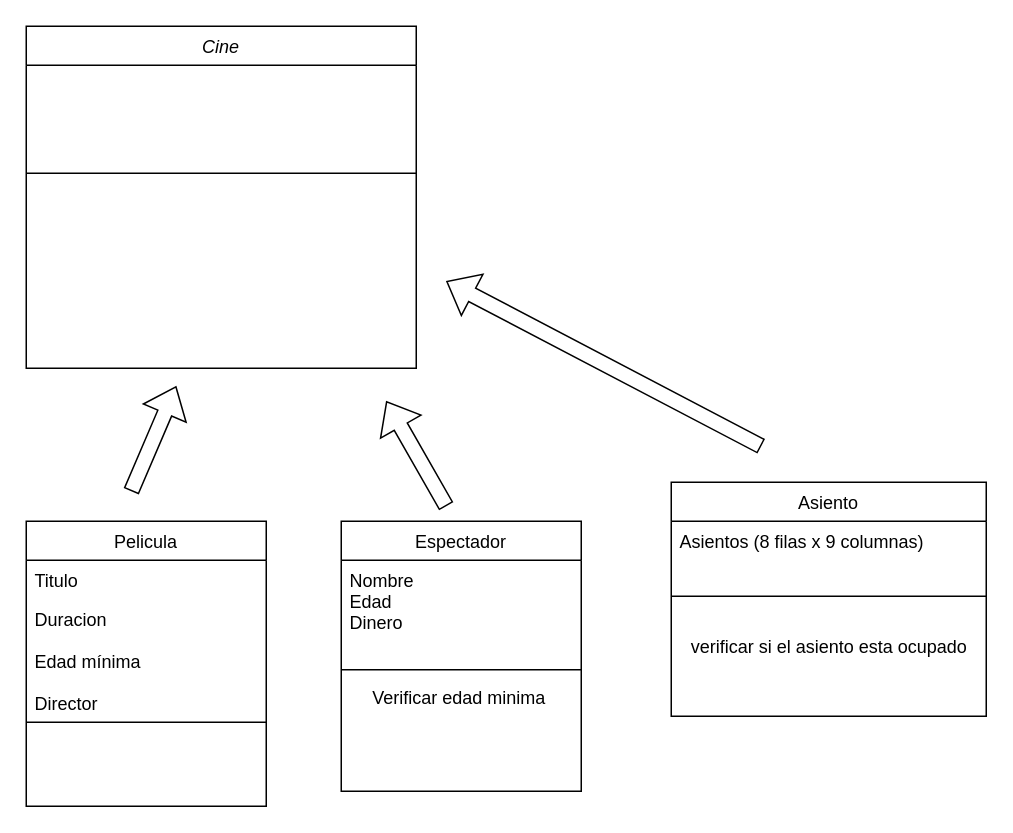
This is Untitled Diagram.drawio from AidaQ27/UN09-EQUIPO6, a draw.io file, before an edit. Source tidied: cells renumbered, new cells numbered last; positions are measured from the earlier drawing's top-left corner, leaving out a move shared by most shapes. Both pictures are drawn from the tidied source at 150%, with x=0, y=0 at pixel (26, 26).
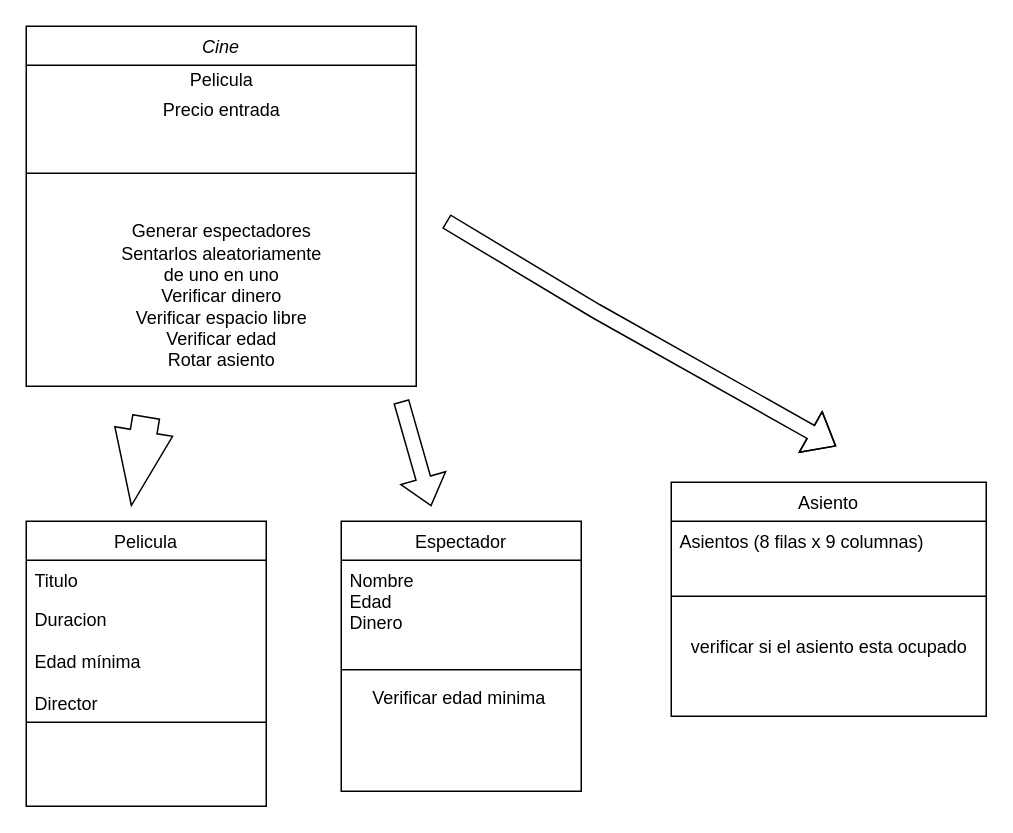
Above is the later version.

The edit, as a diff of the source:
```diff
@@
     <mxCell id="2" value="Cine" style="swimlane;fontStyle=2;align=center;verticalAlign=top;horizontal=1;startSize=26;rounded=0;shadow=0;strokeWidth=1;" parent="1" vertex="1">
-      <mxGeometry width="260" height="228" as="geometry" />
+      <mxGeometry width="260" height="240" as="geometry" />
     </mxCell>
+    <mxCell id="19" value="Pelicula" style="text;html=1;align=center;verticalAlign=middle;strokeColor=none;fillColor=none;" parent="2" vertex="1">
+      <mxGeometry y="26" width="260" height="20" as="geometry" />
+    </mxCell>
+    <mxCell id="20" value="Precio entrada" style="text;html=1;align=center;verticalAlign=middle;strokeColor=none;fillColor=none;" parent="2" vertex="1">
+      <mxGeometry y="46" width="260" height="20" as="geometry" />
+    </mxCell>
     <mxCell id="3" style="line;html=1;strokeWidth=1;align=left;verticalAlign=middle;spacingTop=-1;spacingLeft=3;spacingRight=3;labelPosition=right;" parent="2" vertex="1">
-      <mxGeometry y="26" width="260" height="144" as="geometry" />
+      <mxGeometry y="66" width="260" height="64" as="geometry" />
     </mxCell>
+    <mxCell id="21" value="Generar espectadores&lt;br&gt;Sentarlos aleatoriamente&lt;br&gt;de uno en uno&lt;br&gt;Verificar dinero&lt;br&gt;Verificar espacio libre&lt;br&gt;Verificar edad&lt;br&gt;Rotar asiento" style="text;html=1;align=center;verticalAlign=middle;strokeColor=none;fillColor=none;" parent="2" vertex="1">
+      <mxGeometry y="130" width="260" height="100" as="geometry" />
+    </mxCell>
@@
-    <mxCell id="16" style="shape=flexArrow;endArrow=classic;html=1;rounded=0;" parent="1" edge="1">
+    <mxCell id="16" style="shape=flexArrow;endArrow=classic;html=1;rounded=0;width=18;endSize=16.33;" parent="1" edge="1">
       <mxGeometry relative="1" as="geometry">
-        <mxPoint x="70" y="310" as="sourcePoint" />
-        <mxPoint x="100" y="240" as="targetPoint" />
+        <mxPoint x="80" y="260" as="sourcePoint" />
+        <mxPoint x="70" y="320" as="targetPoint" />
       </mxGeometry>
     </mxCell>
     <mxCell id="17" style="shape=flexArrow;endArrow=classic;html=1;rounded=0;" parent="1" edge="1">
       <mxGeometry relative="1" as="geometry">
-        <mxPoint x="280" y="320" as="sourcePoint" />
-        <mxPoint x="240" y="250" as="targetPoint" />
+        <mxPoint x="250" y="250" as="sourcePoint" />
+        <mxPoint x="270" y="320" as="targetPoint" />
       </mxGeometry>
     </mxCell>
     <mxCell id="18" style="shape=flexArrow;endArrow=classic;html=1;rounded=0;" parent="1" edge="1">
       <mxGeometry relative="1" as="geometry">
-        <mxPoint x="490" y="280" as="sourcePoint" />
-        <mxPoint x="280" y="170" as="targetPoint" />
+        <mxPoint x="280" y="130" as="sourcePoint" />
+        <mxPoint x="540" y="280" as="targetPoint" />
+        <Array as="points">
+          <mxPoint x="380" y="190" />
+        </Array>
       </mxGeometry>
     </mxCell>
```
